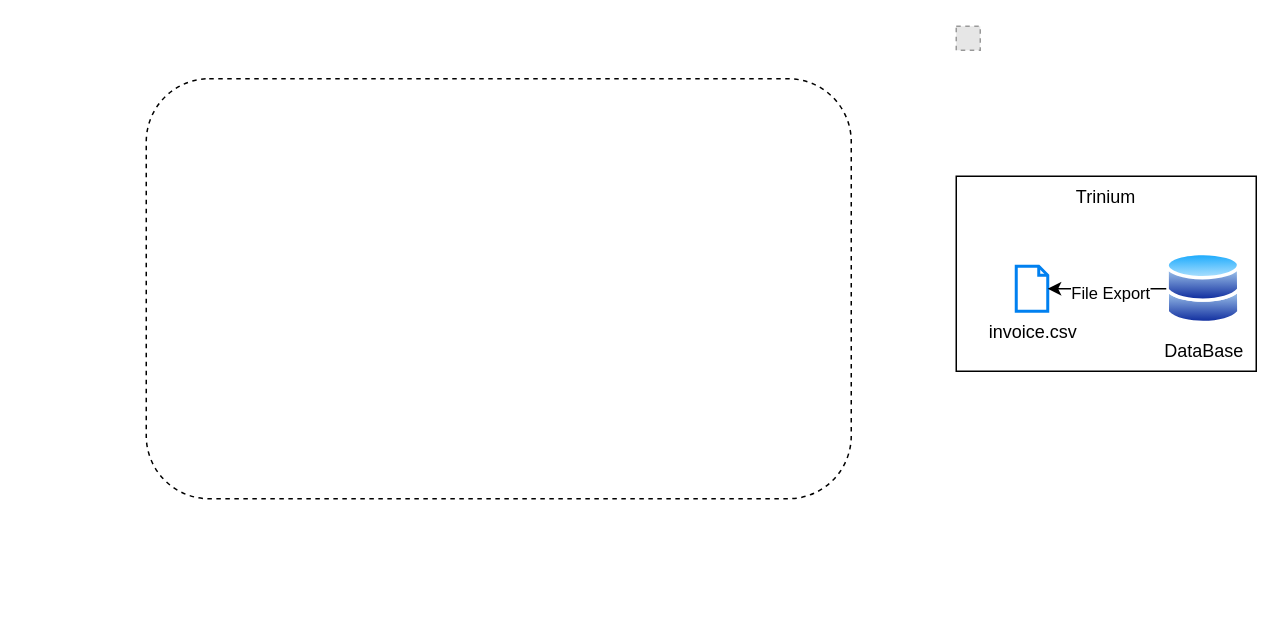
Above: Wheelz.drawio in sreenubk/user-tracker (draw.io), before the change. Source tidied: cells renumbered, new cells numbered last; positions are measured from the earlier drawing's top-left corner, leaving out a move shared by most shapes. Both pictures are drawn from the tidied source at 150%, with x=0, y=0 at pixel (146, 26). Pictures stored in the file or linked from it are replaced by grey dashed boxes.
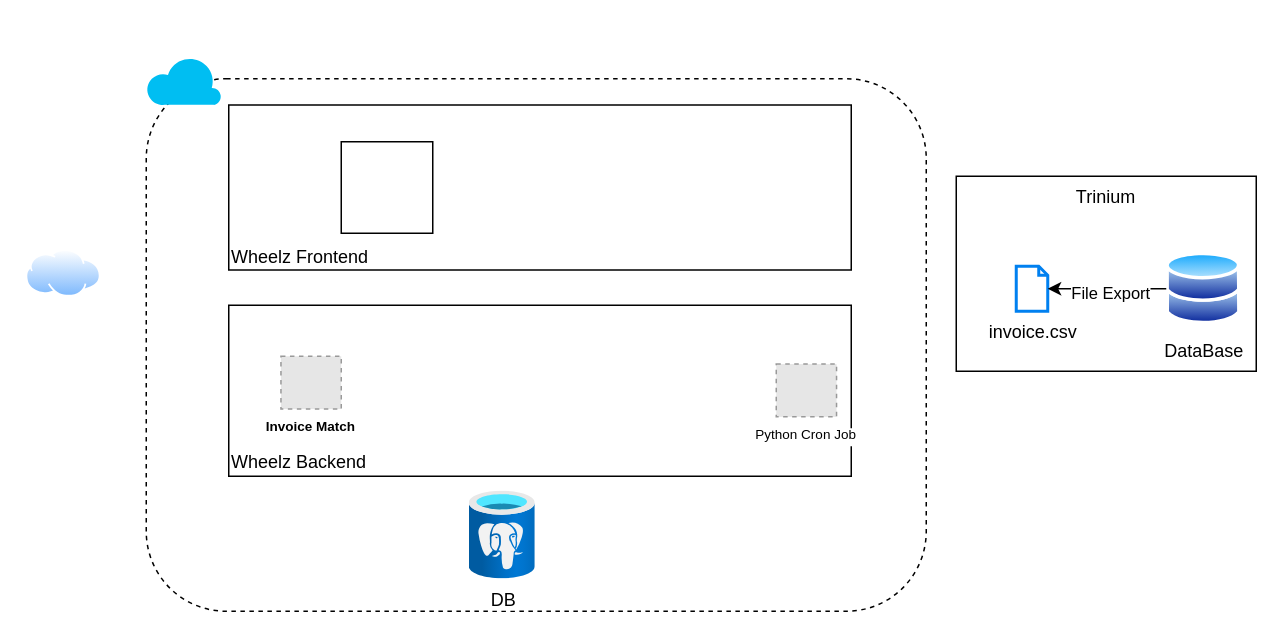
After the change.

What changed in the source:
```diff
@@
 <mxGraphModel>
   <root>
     <mxCell id="0" />
     <mxCell id="1" parent="0" />
+    <mxCell id="3" style="rounded=1;whiteSpace=wrap;html=1;dashed=1;" parent="1" vertex="1">
+      <mxGeometry y="35" width="520" height="355" as="geometry" />
+    </mxCell>
     <mxCell id="2" value="Trinium" style="rounded=0;whiteSpace=wrap;html=1;horizontal=1;verticalAlign=top;" parent="1" vertex="1">
       <mxGeometry x="540" y="100" width="200" height="130" as="geometry" />
     </mxCell>
-    <mxCell id="3" style="rounded=1;whiteSpace=wrap;html=1;dashed=1;" parent="1" vertex="1">
-      <mxGeometry y="35" width="470" height="280" as="geometry" />
-    </mxCell>
     <mxCell id="4" value="DataBase" style="image;perimeter=ellipsePerimeter;html=1;align=center;shadow=0;dashed=0;spacingTop=3;image=img/lib/active_directory/databases.svg;" parent="1" vertex="1">
       <mxGeometry x="680" y="150.5" width="50" height="49" as="geometry" />
     </mxCell>
     <mxCell id="5" value="invoice.csv" style="html=1;verticalLabelPosition=bottom;align=center;labelBackgroundColor=#ffffff;verticalAlign=top;strokeWidth=2;strokeColor=#0080F0;shadow=0;dashed=0;shape=mxgraph.ios7.icons.document;" parent="1" vertex="1">
       <mxGeometry x="580" y="160" width="21" height="30" as="geometry" />
     </mxCell>
     <mxCell id="6" style="endArrow=classic;html=1;rounded=0;exitX=0;exitY=0.5;exitDx=0;exitDy=0;" parent="1" edge="1" source="4" target="5">
       <mxGeometry relative="1" as="geometry" />
     </mxCell>
     <mxCell id="7" value="File Export" style="edgeLabel;html=1;align=center;verticalAlign=middle;" parent="6" vertex="1">
       <mxGeometry x="-0.04" y="2" relative="1" as="geometry" />
     </mxCell>
-    <mxCell id="8" style="fillColor=#E6E6E6;strokeColor=#999999;dashed=1;verticalLabelPosition=bottom;labelBackgroundColor=default;verticalAlign=top;" parent="1" vertex="1">
-      <mxGeometry x="540" width="16" height="16" as="geometry" />
-    </mxCell>
+    <mxCell id="9" style="verticalLabelPosition=bottom;html=1;verticalAlign=top;align=center;strokeColor=none;fillColor=#00BEF2;shape=mxgraph.azure.cloud;" parent="1" vertex="1">
+      <mxGeometry y="20" width="50" height="32.5" as="geometry" />
+    </mxCell>
+    <mxCell id="10" value="Wheelz Backend" style="rounded=0;whiteSpace=wrap;html=1;verticalAlign=bottom;align=left;" parent="1" vertex="1">
+      <mxGeometry x="55" y="186" width="415" height="114" as="geometry" />
+    </mxCell>
+    <mxCell id="11" value="Wheelz Frontend" style="rounded=0;whiteSpace=wrap;html=1;verticalAlign=bottom;align=left;" parent="1" vertex="1">
+      <mxGeometry x="55" y="52.5" width="415" height="110" as="geometry" />
+    </mxCell>
+    <mxCell id="12" value="DB" style="image;html=1;align=center;fontSize=12;image=img/lib/azure2/databases/Azure_Database_PostgreSQL_Server.svg;" parent="1" vertex="1">
+      <mxGeometry x="215.5" y="310" width="44" height="58.7" as="geometry" />
+    </mxCell>
+    <mxCell id="13" style="whiteSpace=wrap;html=1;" parent="1" vertex="1">
+      <mxGeometry x="130" y="77" width="61" height="61" as="geometry" />
+    </mxCell>
+    <mxCell id="14" style="image;perimeter=ellipsePerimeter;html=1;align=center;shadow=0;dashed=0;spacingTop=3;image=img/lib/active_directory/internet_cloud.svg;" parent="1" vertex="1">
+      <mxGeometry x="-80" y="149.2" width="50" height="31.5" as="geometry" />
+    </mxCell>
+    <mxCell id="15" value="Python Cron Job" style="fillColor=#E6E6E6;strokeColor=#999999;dashed=1;verticalLabelPosition=bottom;labelBackgroundColor=default;verticalAlign=top;fontSize=9;" parent="1" vertex="1">
+      <mxGeometry x="420" y="225.2" width="40.2" height="35.2" as="geometry" />
+    </mxCell>
+    <mxCell id="16" value="Invoice Match" style="fillColor=#E6E6E6;strokeColor=#999999;dashed=1;verticalLabelPosition=bottom;labelBackgroundColor=default;verticalAlign=top;fontSize=9;fontStyle=1;" parent="1" vertex="1">
+      <mxGeometry x="89.8" y="220" width="40.2" height="35.2" as="geometry" />
+    </mxCell>
   </root>
 </mxGraphModel>
```
